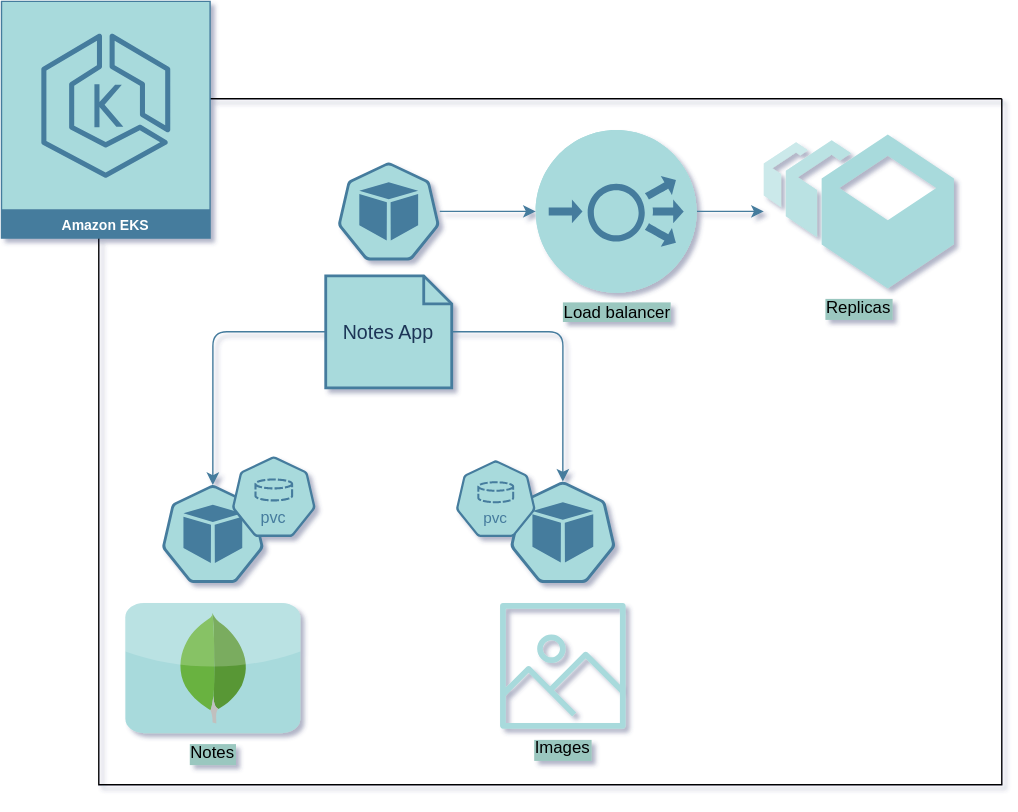
This is assets/arquitectura.drawio.svg from marcesdan/main, a draw.io export, as it was before one commit. Source tidied: cells renumbered, new cells last; positions are measured from the earlier drawing's top-left corner, leaving out a move shared by most shapes.
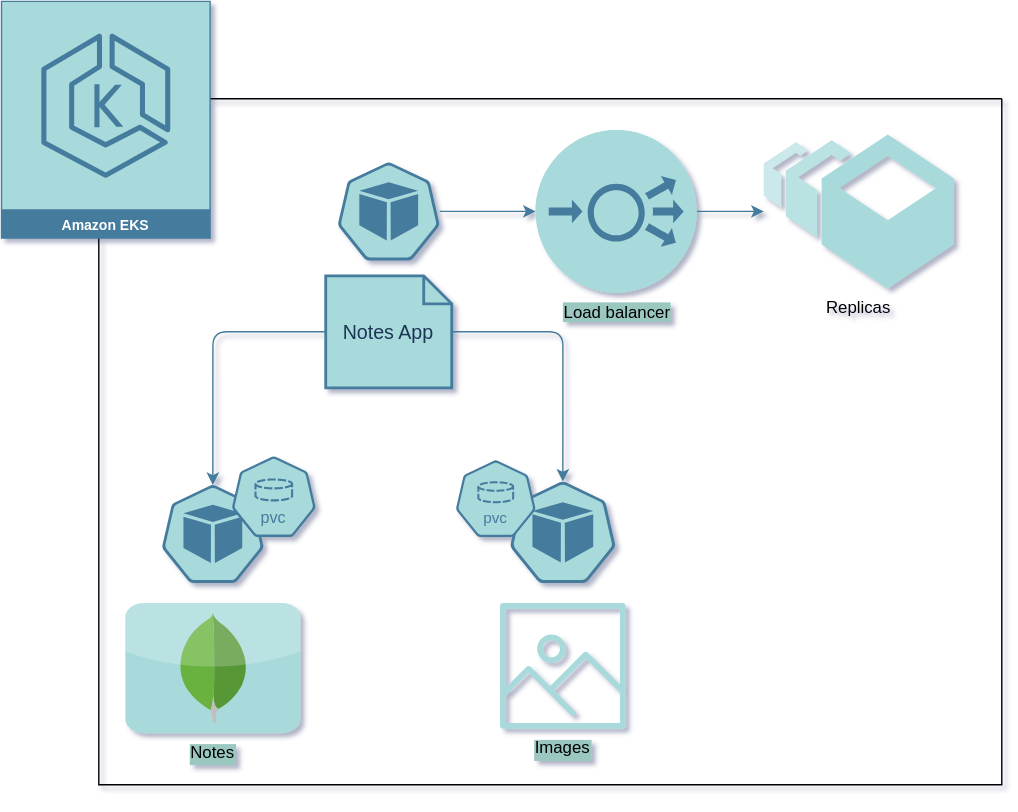
The same diagram one commit later.

Change to the diagram source:
```diff
@@ -23,7 +23,7 @@
     <mxCell id="8" value="Notes App" style="shape=note;strokeWidth=2;fontSize=14;size=20;whiteSpace=wrap;html=1;fillColor=#A8DADC;strokeColor=#457B9D;fontColor=#1D3557;rounded=1;labelBackgroundColor=none;" parent="2" vertex="1">
       <mxGeometry x="162.1" y="126.5" width="90" height="80" as="geometry" />
     </mxCell>
-    <mxCell id="9" value="Replicas" style="strokeColor=none;shadow=0;fillColor=#A8DADC;verticalAlign=top;labelPosition=center;verticalLabelPosition=bottom;shape=mxgraph.gcp2.bucket_scale;rounded=1;labelBackgroundColor=#9AC7BF;fontColor=#000000;labelBorderColor=none;" parent="2" vertex="1">
+    <mxCell id="9" value="Replicas" style="strokeColor=none;shadow=0;fillColor=#A8DADC;verticalAlign=top;labelPosition=center;verticalLabelPosition=bottom;shape=mxgraph.gcp2.bucket_scale;rounded=1;labelBackgroundColor=none;fontColor=#000000;labelBorderColor=none;" parent="2" vertex="1">
       <mxGeometry x="475" y="25.5" width="135.8" height="110" as="geometry" />
     </mxCell>
     <mxCell id="10" style="edgeStyle=orthogonalEdgeStyle;rounded=1;jettySize=auto;html=1;exitX=0;exitY=0.5;exitDx=0;exitDy=0;exitPerimeter=0;entryX=0.5;entryY=0;entryDx=0;entryDy=0;entryPerimeter=0;labelBackgroundColor=none;strokeColor=#457B9D;fontColor=default;" parent="2" edge="1" source="8" target="4">
```
